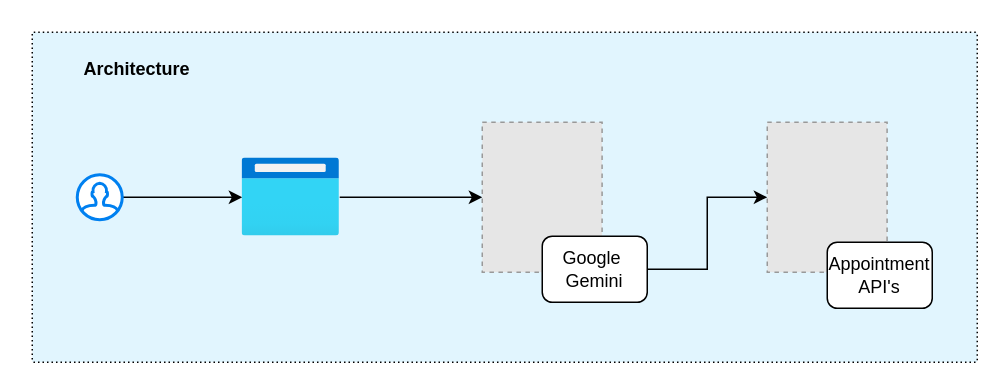
This is gemini-ai-agent.drawio from mohan-ganesh/mono-agent-workspace, a draw.io file, before an edit. Source tidied: cells renumbered, new cells numbered last; positions are measured from the earlier drawing's top-left corner, leaving out a move shared by most shapes. Both pictures are drawn from the tidied source at 150%, with x=0, y=0 at pixel (32, 32). Pictures stored in the file or linked from it are replaced by grey dashed boxes.
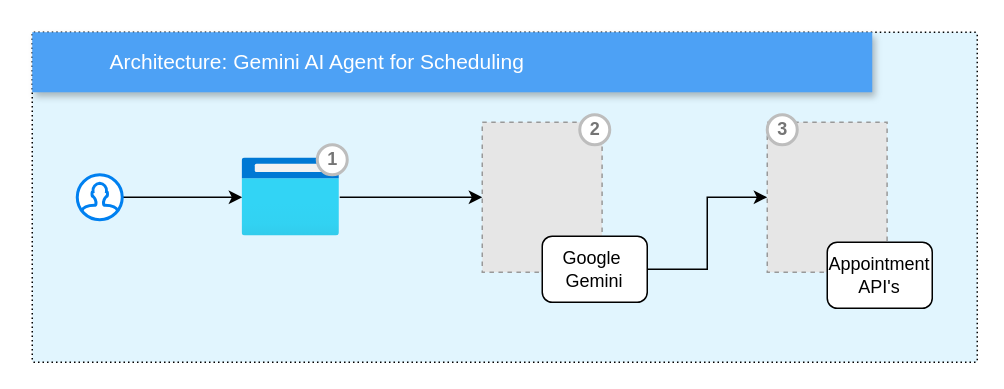
Above is the later version.

The edit, as a diff of the source:
```diff
@@
 <mxGraphModel>
   <root>
     <mxCell id="0" />
     <mxCell id="1" parent="0" />
     <mxCell id="2" style="rounded=1;absoluteArcSize=1;arcSize=2;html=1;strokeColor=default;gradientColor=none;shadow=0;dashed=1;fontSize=12;fontColor=#9E9E9E;align=left;verticalAlign=top;spacing=10;spacingTop=-4;whiteSpace=wrap;fillColor=#E1F5FE;glass=0;dashPattern=1 2;" parent="1" vertex="1">
       <mxGeometry width="630" height="220" as="geometry" />
     </mxCell>
     <mxCell id="3" style="edgeStyle=orthogonalEdgeStyle;rounded=0;jettySize=auto;html=1;" parent="1" edge="1" source="4" target="6">
       <mxGeometry relative="1" as="geometry" />
     </mxCell>
     <mxCell id="4" style="html=1;verticalLabelPosition=bottom;align=center;labelBackgroundColor=#ffffff;verticalAlign=top;strokeWidth=2;strokeColor=#0080F0;shadow=0;dashed=0;shape=mxgraph.ios7.icons.user;" parent="1" vertex="1">
       <mxGeometry x="30" y="95" width="30" height="30" as="geometry" />
     </mxCell>
     <mxCell id="5" style="edgeStyle=orthogonalEdgeStyle;rounded=0;jettySize=auto;html=1;entryX=0;entryY=0.5;entryDx=0;entryDy=0;" parent="1" edge="1" source="6" target="7">
       <mxGeometry relative="1" as="geometry" />
     </mxCell>
     <mxCell id="6" style="image;html=1;points=[];align=center;fontSize=12;image=img/lib/azure2/general/Browser.svg;" parent="1" vertex="1">
       <mxGeometry x="140" y="84" width="65" height="52" as="geometry" />
     </mxCell>
     <mxCell id="7" style="fillColor=#E6E6E6;strokeColor=#999999;dashed=1;verticalLabelPosition=bottom;labelBackgroundColor=default;verticalAlign=top;" parent="1" vertex="1">
       <mxGeometry x="300" y="60" width="79.9" height="100" as="geometry" />
     </mxCell>
     <mxCell id="8" style="edgeStyle=orthogonalEdgeStyle;rounded=0;jettySize=auto;html=1;" parent="1" edge="1" source="9" target="10">
       <mxGeometry relative="1" as="geometry" />
     </mxCell>
     <mxCell id="9" value="Google&amp;nbsp;&lt;div&gt;Gemini&lt;/div&gt;" style="rounded=1;whiteSpace=wrap;html=1;" parent="1" vertex="1">
       <mxGeometry x="340" y="136" width="70" height="44" as="geometry" />
     </mxCell>
     <mxCell id="10" style="fillColor=#E6E6E6;strokeColor=#999999;dashed=1;verticalLabelPosition=bottom;labelBackgroundColor=default;verticalAlign=top;" parent="1" vertex="1">
       <mxGeometry x="490" y="60" width="79.9" height="100" as="geometry" />
     </mxCell>
     <mxCell id="11" value="Appointment API's" style="rounded=1;whiteSpace=wrap;html=1;" parent="1" vertex="1">
       <mxGeometry x="530" y="140" width="70" height="44" as="geometry" />
     </mxCell>
-    <mxCell id="12" value="&lt;b&gt;Architecture&lt;/b&gt;" style="text;html=1;align=center;verticalAlign=middle;whiteSpace=wrap;rounded=0;" parent="1" vertex="1">
-      <mxGeometry x="30" y="10" width="80" height="30" as="geometry" />
-    </mxCell>
+    <mxCell id="13" value="1" style="shape=ellipse;perimeter=ellipsePerimeter;fillColor=#ffffff;strokeColor=#BDBDBD;strokeWidth=2;shadow=0;gradientColor=none;fontColor=#757575;align=center;html=1;fontStyle=1;spacingTop=-1;" parent="1" vertex="1">
+      <mxGeometry x="190" y="75" width="20" height="20" as="geometry" />
+    </mxCell>
+    <mxCell id="14" value="2" style="shape=ellipse;perimeter=ellipsePerimeter;fillColor=#ffffff;strokeColor=#BDBDBD;strokeWidth=2;shadow=0;gradientColor=none;fontColor=#757575;align=center;html=1;fontStyle=1;spacingTop=-1;" parent="1" vertex="1">
+      <mxGeometry x="365" y="55" width="20" height="20" as="geometry" />
+    </mxCell>
+    <mxCell id="15" value="3" style="shape=ellipse;perimeter=ellipsePerimeter;fillColor=#ffffff;strokeColor=#BDBDBD;strokeWidth=2;shadow=0;gradientColor=none;fontColor=#757575;align=center;html=1;fontStyle=1;spacingTop=-1;" parent="1" vertex="1">
+      <mxGeometry x="490" y="55" width="20" height="20" as="geometry" />
+    </mxCell>
+    <mxCell id="16" value="Architecture: Gemini AI Agent for Scheduling" style="fillColor=#4DA1F5;strokeColor=none;shadow=1;gradientColor=none;fontSize=14;align=left;spacingLeft=50;fontColor=#ffffff;whiteSpace=wrap;html=1;" parent="1" vertex="1">
+      <mxGeometry width="560" height="40" as="geometry" />
+    </mxCell>
   </root>
 </mxGraphModel>
```
